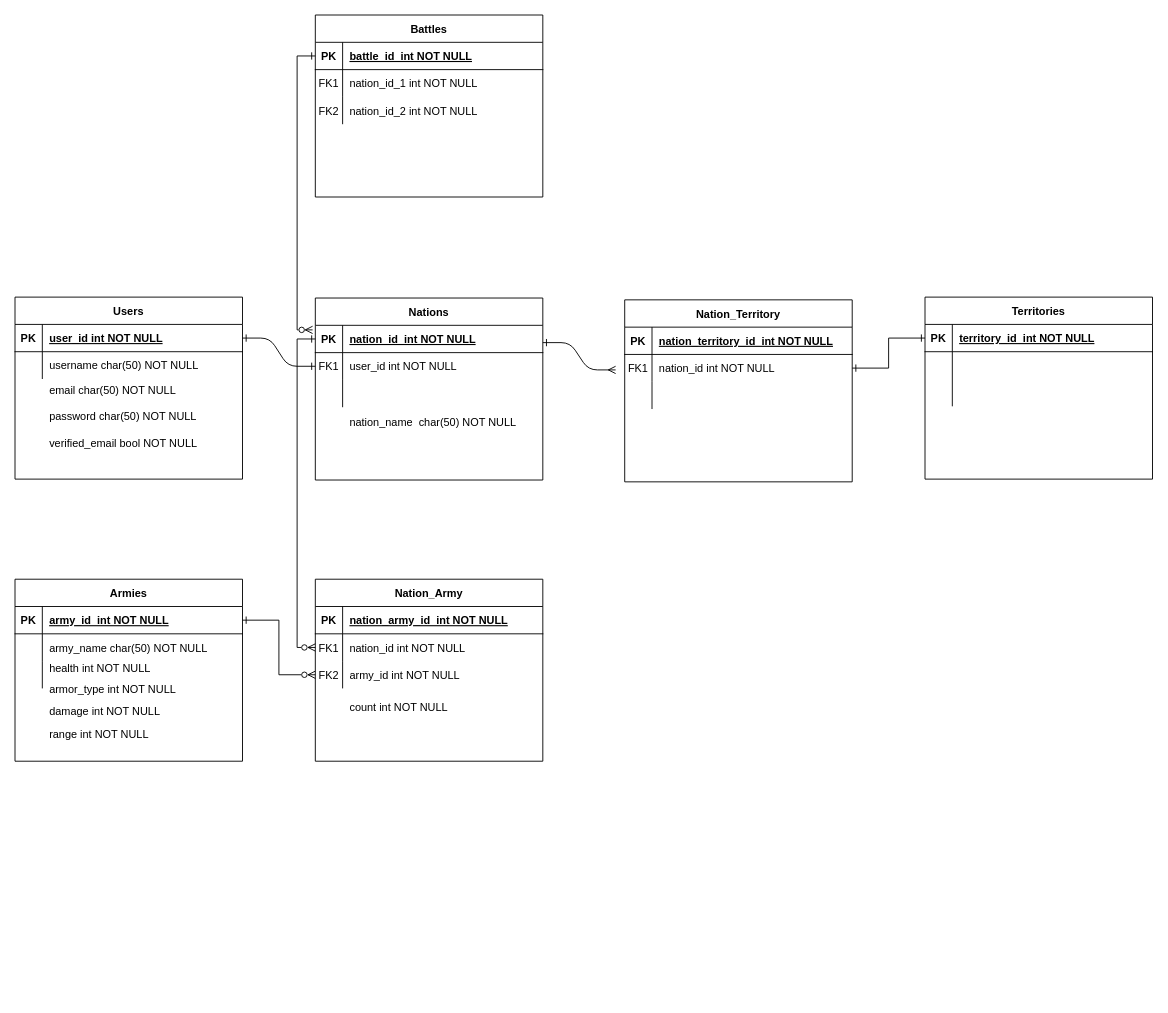
Earlier version of the draw.io diagram schema_design.drawio (Brysonmk1984/aa-server). Source tidied: cells renumbered, new cells numbered last; positions are measured from the earlier drawing's top-left corner, leaving out a move shared by most shapes. Both pictures are drawn from the tidied source at 91%, with x=0, y=0 at pixel (15, 15).
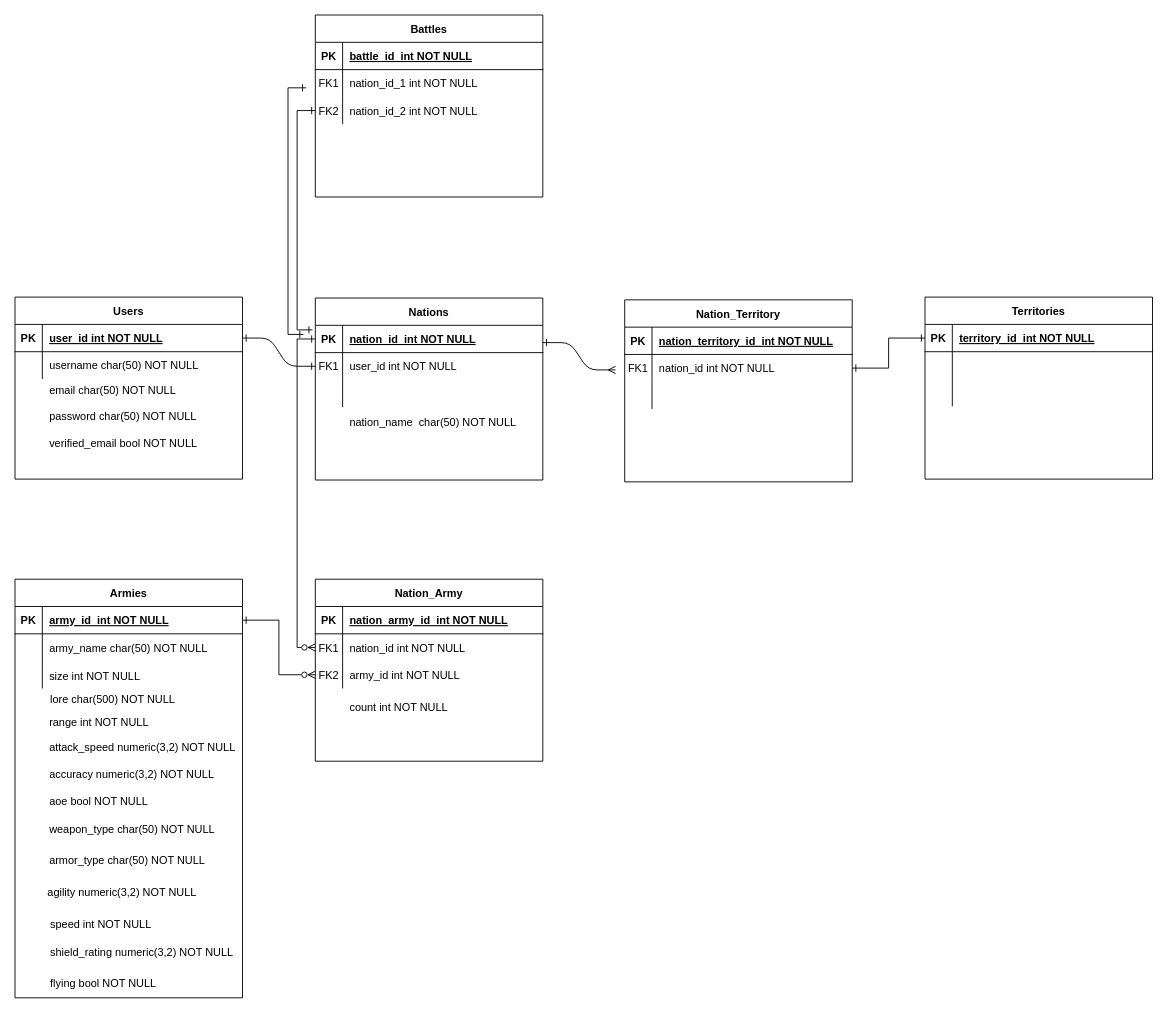
The same diagram, later.

Commit message (it also covers changes not shown here):
using correct schema

Unchanged cells that the change refers to:
```xml
<mxCell id="4" style="shape=partialRectangle;fillColor=none;points=[[0,0.5],[1,0.5]];portConstraint=eastwest;top=0;left=0;right=0;bottom=1;" parent="3" vertex="1">
  <mxGeometry y="30" width="250" height="30" as="geometry" />
</mxCell>
<mxCell id="73" style="shape=partialRectangle;fillColor=none;points=[[0,0.5],[1,0.5]];portConstraint=eastwest;top=0;left=0;right=0;bottom=1;" parent="72" vertex="1">
  <mxGeometry y="30" width="250" height="30" as="geometry" />
</mxCell>
<mxCell id="79" style="shape=partialRectangle;fillColor=none;points=[[0,0.5],[1,0.5]];portConstraint=eastwest;top=0;left=0;right=0;bottom=0;" parent="72" vertex="1">
  <mxGeometry y="90" width="250" height="30" as="geometry" />
</mxCell>
```

The edit, as a diff of the source:
```diff
@@
     <mxCell id="33" value="Armies" style="shape=table;startSize=30;childLayout=tableLayout;rowLines=0;fontStyle=1;align=center;" parent="1" vertex="1">
-      <mxGeometry y="620" width="250" height="200" as="geometry" />
+      <mxGeometry y="620" width="250" height="460" as="geometry" />
     </mxCell>
@@
-    <mxCell id="47" value="health int NOT NULL" style="shape=partialRectangle;overflow=hidden;fillColor=none;top=0;left=0;bottom=0;right=0;align=left;spacingLeft=6;" parent="1" vertex="1">
-      <mxGeometry x="30" y="703" width="220" height="30" as="geometry" />
-    </mxCell>
-    <mxCell id="48" value="armor_type int NOT NULL" style="shape=partialRectangle;overflow=hidden;fillColor=none;top=0;left=0;bottom=0;right=0;align=left;spacingLeft=6;" parent="1" vertex="1">
-      <mxGeometry x="30" y="725" width="220" height="30" as="geometry" />
+    <mxCell id="48" value="armor_type char(50) NOT NULL" style="shape=partialRectangle;overflow=hidden;fillColor=none;top=0;left=0;bottom=0;right=0;align=left;spacingLeft=6;" parent="1" vertex="1">
+      <mxGeometry x="30" y="913" width="220" height="30" as="geometry" />
     </mxCell>
-    <mxCell id="49" value="damage int NOT NULL" style="shape=partialRectangle;overflow=hidden;fillColor=none;top=0;left=0;bottom=0;right=0;align=left;spacingLeft=6;" parent="1" vertex="1">
-      <mxGeometry x="30" y="750" width="220" height="30" as="geometry" />
-    </mxCell>
     <mxCell id="50" value="range int NOT NULL" style="shape=partialRectangle;overflow=hidden;fillColor=none;top=0;left=0;bottom=0;right=0;align=left;spacingLeft=6;" parent="1" vertex="1">
-      <mxGeometry x="30" y="775" width="220" height="30" as="geometry" />
+      <mxGeometry x="30" y="762" width="220" height="30" as="geometry" />
     </mxCell>
@@
-    <mxCell id="85" style="edgeStyle=orthogonalEdgeStyle;rounded=0;jettySize=auto;html=1;entryX=0;entryY=0.5;entryDx=0;entryDy=0;exitX=-0.012;exitY=0.167;exitDx=0;exitDy=0;endArrow=ERone;endFill=0;startArrow=ERzeroToMany;startFill=0;exitPerimeter=0;" parent="1" edge="1" source="4" target="73">
+    <mxCell id="85" style="edgeStyle=orthogonalEdgeStyle;rounded=0;jettySize=auto;html=1;entryX=0;entryY=0.5;entryDx=0;entryDy=0;exitX=-0.012;exitY=0.167;exitDx=0;exitDy=0;endArrow=ERone;endFill=0;startArrow=ERone;startFill=0;exitPerimeter=0;" parent="1" edge="1" source="4" target="79">
       <mxGeometry relative="1" as="geometry">
         <Array as="points">
           <mxPoint x="310" y="346" />
-          <mxPoint x="310" y="45" />
+          <mxPoint x="310" y="105" />
         </Array>
       </mxGeometry>
     </mxCell>
@@
+    <mxCell id="87" style="edgeStyle=orthogonalEdgeStyle;rounded=0;orthogonalLoop=1;jettySize=auto;html=1;exitX=-0.012;exitY=0.167;exitDx=0;exitDy=0;endArrow=ERone;endFill=0;startArrow=ERone;startFill=0;exitPerimeter=0;" parent="1" edge="1">
+      <mxGeometry relative="1" as="geometry">
+        <mxPoint x="317" y="351" as="sourcePoint" />
+        <mxPoint x="320" y="80" as="targetPoint" />
+        <Array as="points">
+          <mxPoint x="300" y="351" />
+          <mxPoint x="300" y="80" />
+        </Array>
+      </mxGeometry>
+    </mxCell>
+    <mxCell id="88" value="weapon_type char(50) NOT NULL" style="shape=partialRectangle;overflow=hidden;fillColor=none;top=0;left=0;bottom=0;right=0;align=left;spacingLeft=6;" parent="1" vertex="1">
+      <mxGeometry x="30" y="879" width="220" height="30" as="geometry" />
+    </mxCell>
+    <mxCell id="89" value="attack_speed numeric(3,2) NOT NULL" style="shape=partialRectangle;overflow=hidden;fillColor=none;top=0;left=0;bottom=0;right=0;align=left;spacingLeft=6;" parent="1" vertex="1">
+      <mxGeometry x="30" y="789" width="220" height="30" as="geometry" />
+    </mxCell>
+    <mxCell id="90" value="aoe bool NOT NULL" style="shape=partialRectangle;overflow=hidden;fillColor=none;top=0;left=0;bottom=0;right=0;align=left;spacingLeft=6;" parent="1" vertex="1">
+      <mxGeometry x="30" y="849" width="220" height="30" as="geometry" />
+    </mxCell>
+    <mxCell id="91" value="accuracy numeric(3,2) NOT NULL" style="shape=partialRectangle;overflow=hidden;fillColor=none;top=0;left=0;bottom=0;right=0;align=left;spacingLeft=6;" parent="1" vertex="1">
+      <mxGeometry x="30" y="819" width="220" height="30" as="geometry" />
+    </mxCell>
+    <mxCell id="92" value="agility numeric(3,2) NOT NULL" style="shape=partialRectangle;overflow=hidden;fillColor=none;top=0;left=0;bottom=0;right=0;align=left;spacingLeft=6;" parent="1" vertex="1">
+      <mxGeometry x="28" y="949" width="220" height="30" as="geometry" />
+    </mxCell>
+    <mxCell id="93" value="speed int NOT NULL" style="shape=partialRectangle;overflow=hidden;fillColor=none;top=0;left=0;bottom=0;right=0;align=left;spacingLeft=6;" parent="1" vertex="1">
+      <mxGeometry x="31" y="984" width="220" height="30" as="geometry" />
+    </mxCell>
+    <mxCell id="94" value="shield_rating numeric(3,2) NOT NULL" style="shape=partialRectangle;overflow=hidden;fillColor=none;top=0;left=0;bottom=0;right=0;align=left;spacingLeft=6;" parent="1" vertex="1">
+      <mxGeometry x="31" y="1014" width="220" height="30" as="geometry" />
+    </mxCell>
+    <mxCell id="95" value="flying bool NOT NULL" style="shape=partialRectangle;overflow=hidden;fillColor=none;top=0;left=0;bottom=0;right=0;align=left;spacingLeft=6;" parent="1" vertex="1">
+      <mxGeometry x="31" y="1049" width="220" height="30" as="geometry" />
+    </mxCell>
+    <mxCell id="96" value="size int NOT NULL" style="shape=partialRectangle;overflow=hidden;fillColor=none;top=0;left=0;bottom=0;right=0;align=left;spacingLeft=6;" parent="1" vertex="1">
+      <mxGeometry x="30" y="711" width="220" height="30" as="geometry" />
+    </mxCell>
+    <mxCell id="97" value="lore char(500) NOT NULL" style="shape=partialRectangle;overflow=hidden;fillColor=none;top=0;left=0;bottom=0;right=0;align=left;spacingLeft=6;" parent="1" vertex="1">
+      <mxGeometry x="31" y="736" width="220" height="30" as="geometry" />
+    </mxCell>
```
